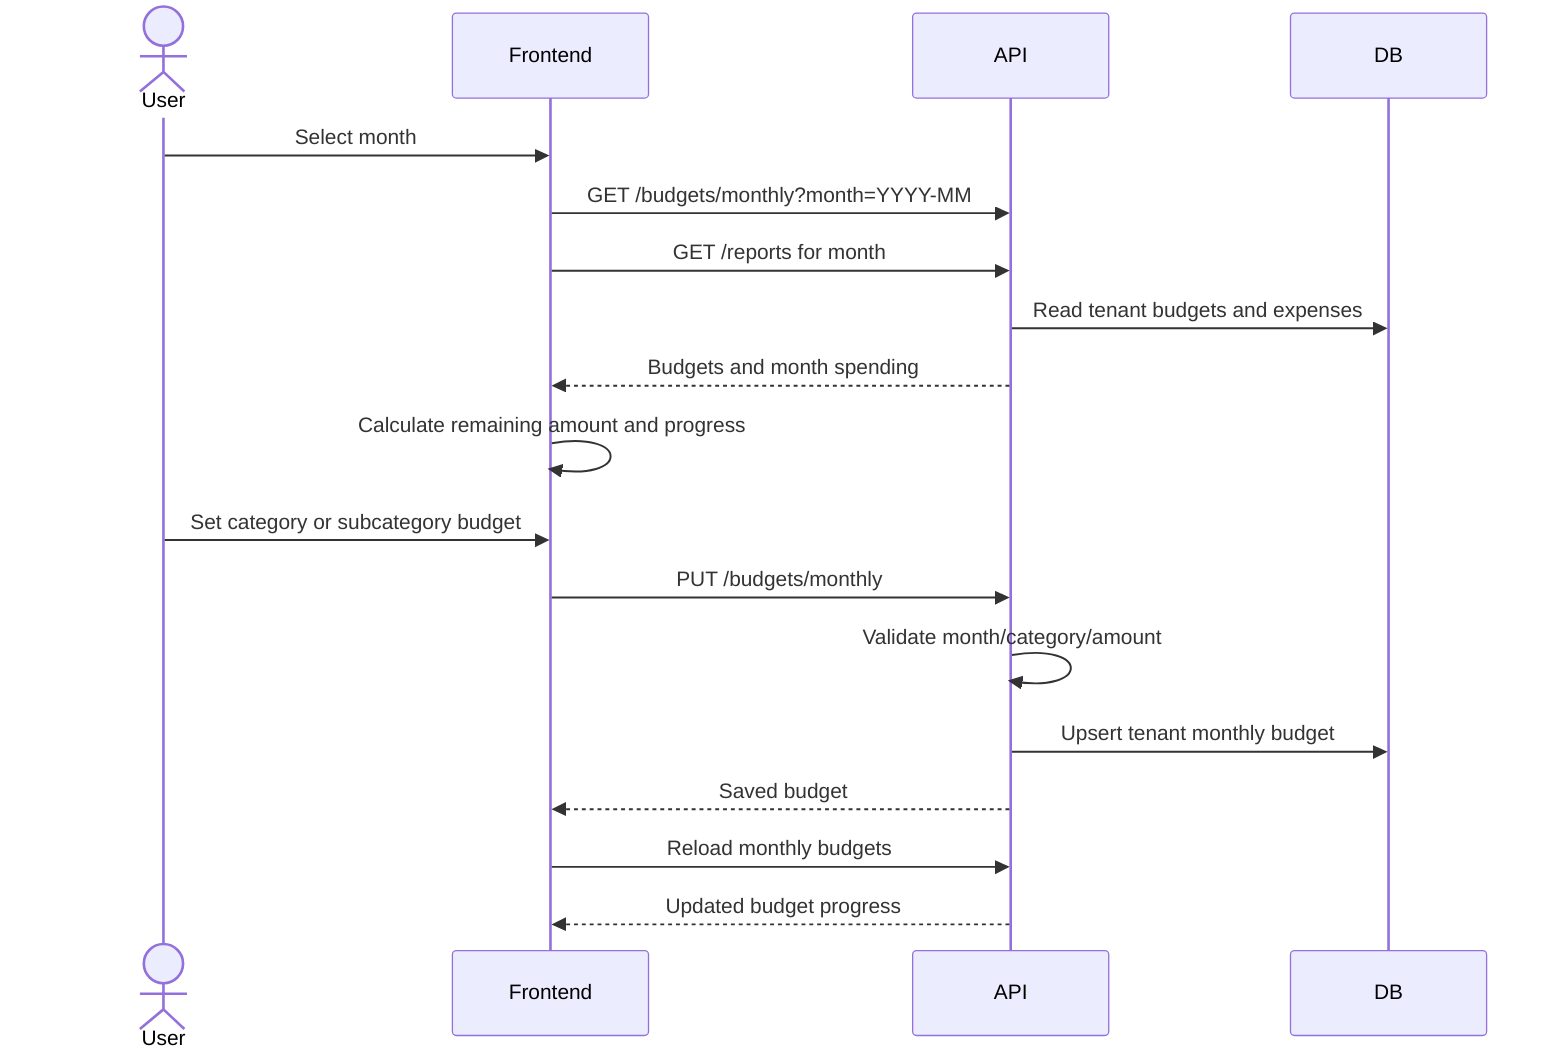
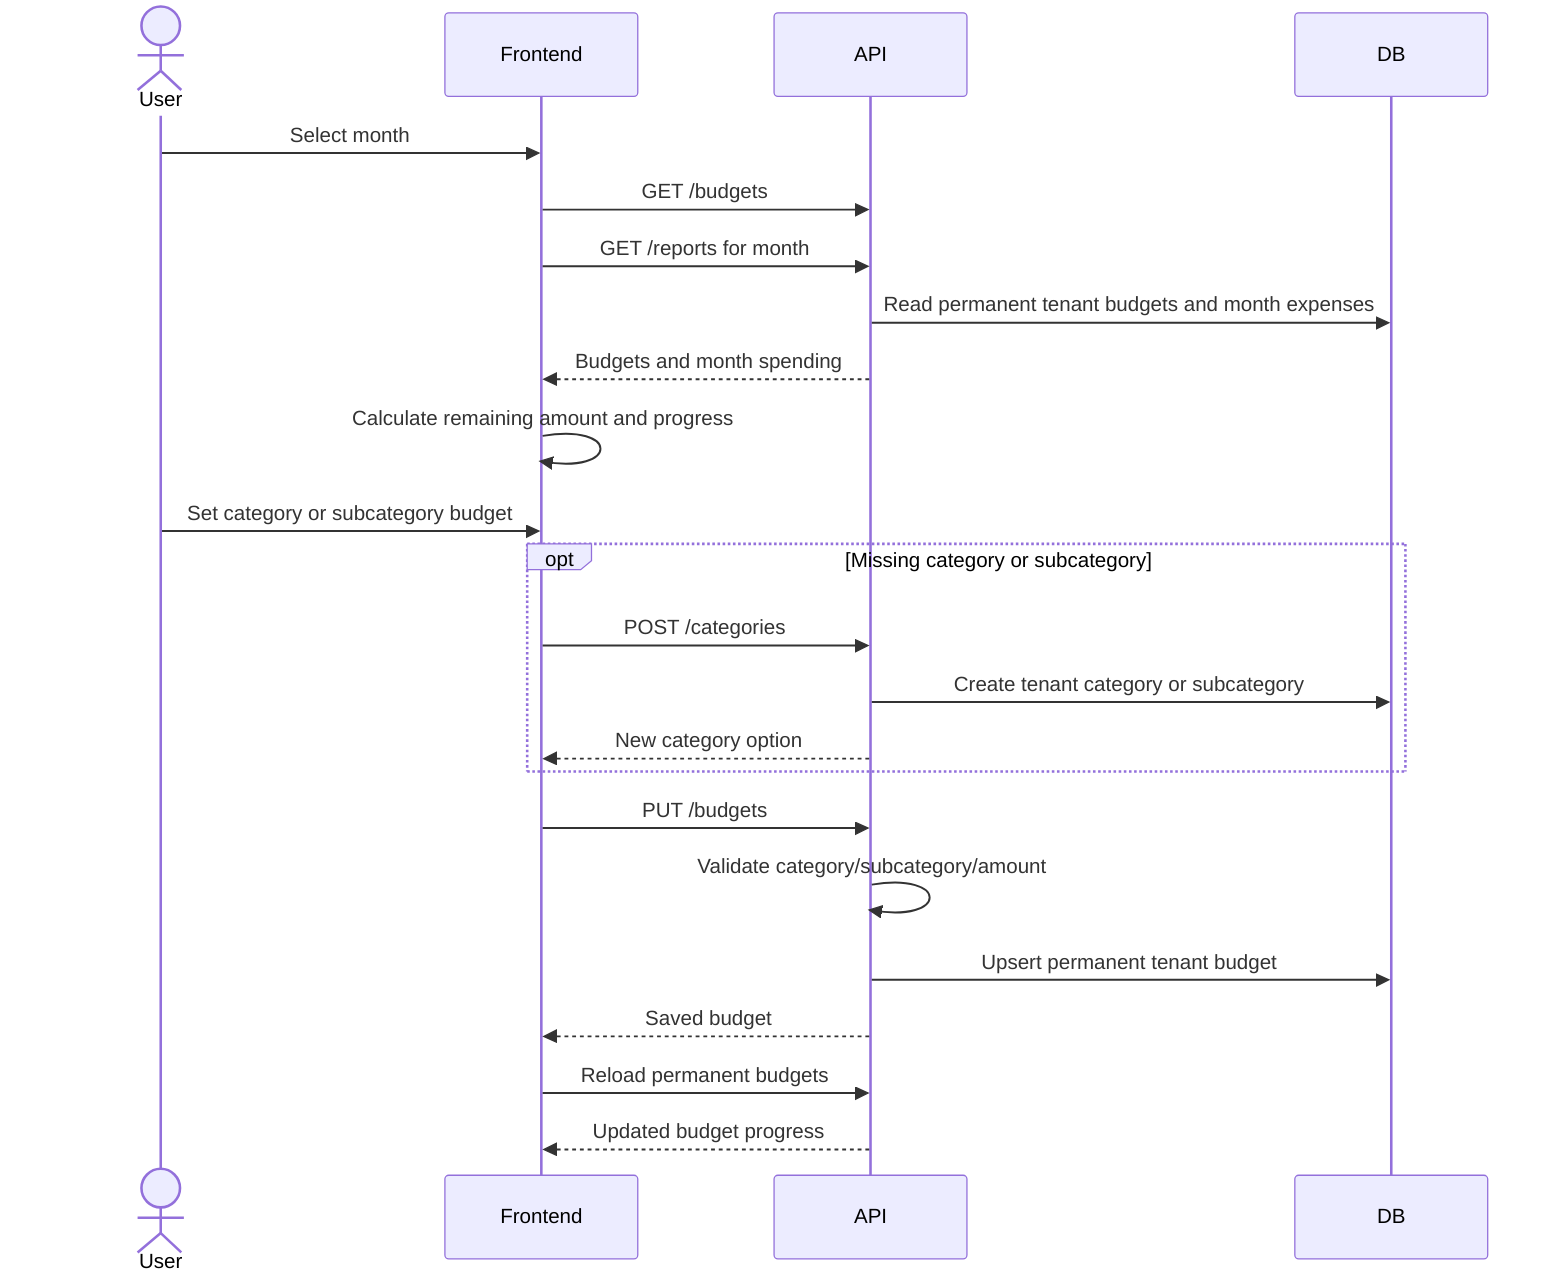
sequenceDiagram
  actor User
  participant Frontend
  participant API
  participant DB
  User->>Frontend: Select month
-   Frontend->>API: GET /budgets/monthly?month=YYYY-MM
+   Frontend->>API: GET /budgets
  Frontend->>API: GET /reports for month
-   API->>DB: Read tenant budgets and expenses
+   API->>DB: Read permanent tenant budgets and month expenses
  API-->>Frontend: Budgets and month spending
  Frontend->>Frontend: Calculate remaining amount and progress
  User->>Frontend: Set category or subcategory budget
-   Frontend->>API: PUT /budgets/monthly
-   API->>API: Validate month/category/amount
-   API->>DB: Upsert tenant monthly budget
+   opt Missing category or subcategory
+     Frontend->>API: POST /categories
+     API->>DB: Create tenant category or subcategory
+     API-->>Frontend: New category option
+   end
+   Frontend->>API: PUT /budgets
+   API->>API: Validate category/subcategory/amount
+   API->>DB: Upsert permanent tenant budget
  API-->>Frontend: Saved budget
-   Frontend->>API: Reload monthly budgets
+   Frontend->>API: Reload permanent budgets
  API-->>Frontend: Updated budget progress
